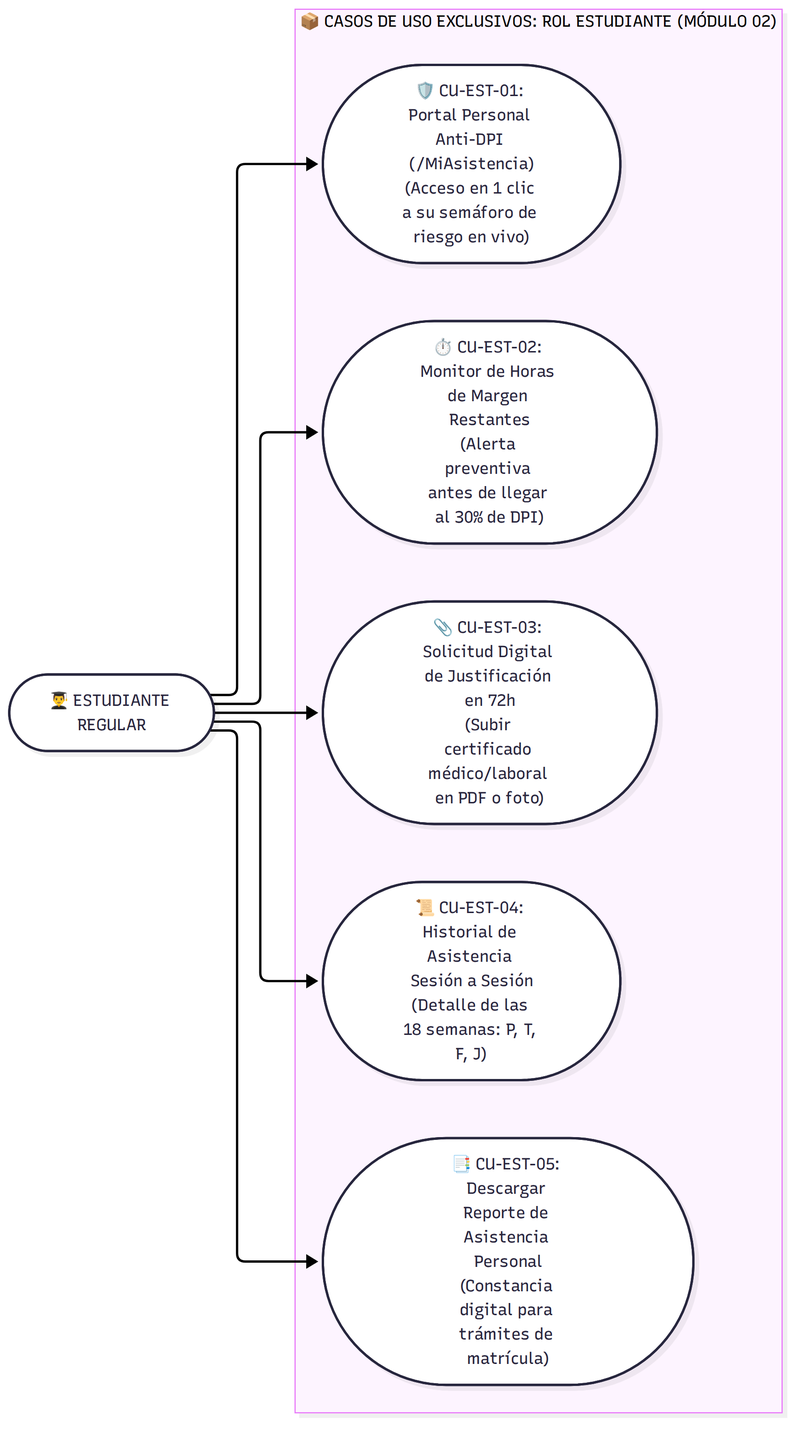
Earlier version of the Mermaid export src/02_Modulos/Intranet.Modulo02/Docs/img/01_diagrama_casos_de_uso_estudiante.png (felipeostosb/intranet-institucional-modular). Its source is kept beside it as src/02_Modulos/Intranet.Modulo02/Docs/img/01_diagrama_casos_de_uso_estudiante.mmd.
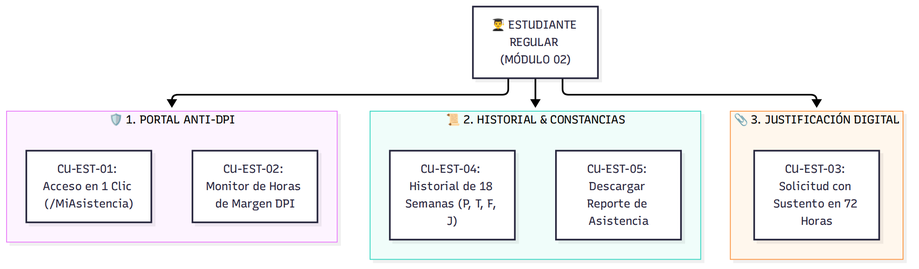
Above is the later version.

Change to the diagram source:
```diff
@@ -1,21 +1,20 @@
-flowchart LR
-    Estudiante(["👨‍🎓 ESTUDIANTE REGULAR"])
+flowchart TD
+    Estudiante["👨‍🎓 ESTUDIANTE REGULAR (MÓDULO 02)"]
 
-    subgraph Modulo02_Estudiante["📦 CASOS DE USO EXCLUSIVOS: ROL ESTUDIANTE (MÓDULO 02)"]
-        CU_EST_01(["🛡️ CU-EST-01: Portal Personal Anti-DPI (/MiAsistencia)
-(Acceso en 1 clic a su semáforo de riesgo en vivo)"])
-        CU_EST_02(["⏱️ CU-EST-02: Monitor de Horas de Margen Restantes
-(Alerta preventiva antes de llegar al 30% de DPI)"])
-        CU_EST_03(["📎 CU-EST-03: Solicitud Digital de Justificación en 72h
-(Subir certificado médico/laboral en PDF o foto)"])
-        CU_EST_04(["📜 CU-EST-04: Historial de Asistencia Sesión a Sesión
-(Detalle de las 18 semanas: P, T, F, J)"])
-        CU_EST_05(["📑 CU-EST-05: Descargar Reporte de Asistencia Personal
-(Constancia digital para trámites de matrícula)"])
+    subgraph Col1["🛡️ 1. PORTAL ANTI-DPI"]
+        CU01["CU-EST-01: Acceso en 1 Clic (/MiAsistencia)"]
+        CU02["CU-EST-02: Monitor de Horas de Margen DPI"]
     end
 
-    Estudiante --> CU_EST_01
-    Estudiante --> CU_EST_02
-    Estudiante --> CU_EST_03
-    Estudiante --> CU_EST_04
-    Estudiante --> CU_EST_05
+    subgraph Col2["📜 2. HISTORIAL & CONSTANCIAS"]
+        CU04["CU-EST-04: Historial de 18 Semanas (P, T, F, J)"]
+        CU05["CU-EST-05: Descargar Reporte de Asistencia"]
+    end
+
+    subgraph Col3["📎 3. JUSTIFICACIÓN DIGITAL"]
+        CU03["CU-EST-03: Solicitud con Sustento en 72 Horas"]
+    end
+
+    Estudiante --> Col1
+    Estudiante --> Col2
+    Estudiante --> Col3
```
